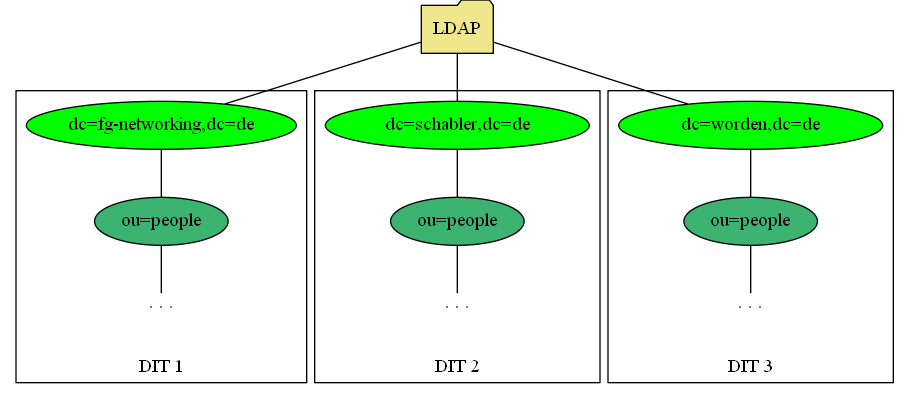
The Graphviz diagram Presentation LDAP-RADIUS/Bilder/LDAP-fgn-planned.png in Gabelvampir/ty-stuff, before a commit. Its source is kept beside it as Presentation LDAP-RADIUS/Bilder/LDAP-fgn-planned.dot.
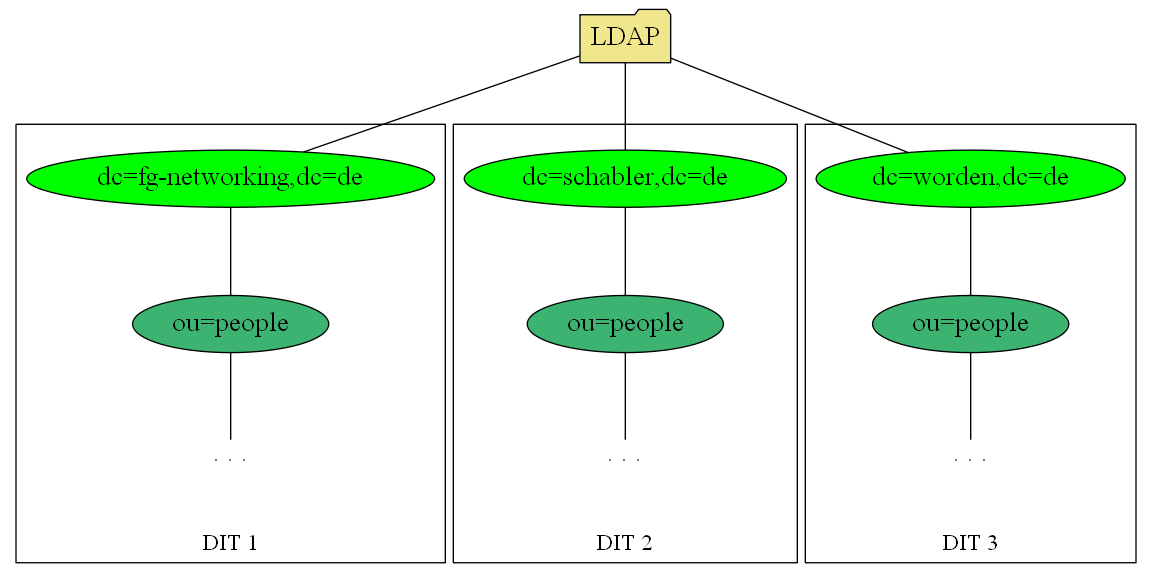
Above is the later version.

Commit message:
fine tunig of planned LDAP tree graphic

What changed in the source:
```diff
@@ -1,24 +1,31 @@
 graph G {
+node [
+  fontsize=20
+];
+
   compbound=true;
   subgraph cluster_fgn{
-  fgn [label="dc=fg-networking,dc=de", style="filled", fillcolor="green", width=2.75];
+  fgn [label="dc=fg-networking,dc=de", style="filled", fillcolor="green", width=3];
   people1 [label="ou=people", style="filled", fillcolor="mediumseagreen"];
   fgnpe [label=". . .", labelloc="t", shape="plaintext"];
   label="DIT 1";
+  fontsize=17;
   labelloc=b;
 }
   subgraph cluster_schabler{
-  schabler [label="dc=schabler,dc=de", style="filled", fillcolor="green", width=2.75];
+  schabler [label="dc=schabler,dc=de", style="filled", fillcolor="green", width=3];
   people2 [label="ou=people", style="filled", fillcolor="mediumseagreen"];
   schabpe [label=". . .", labelloc="t", shape="plaintext"];
   label="DIT 2";
+  fontsize=17;
   labelloc=b;
 }
   subgraph cluster_worden{
-  worden [label="dc=worden,dc=de", style="filled", fillcolor="green", width=2.75];
+  worden [label="dc=worden,dc=de", style="filled", fillcolor="green", width=3];
   people3 [label="ou=people", style="filled", fillcolor="mediumseagreen"];
   wordpe [label=". . .", labelloc="t", shape="plaintext"];
   label="DIT 3";
+  fontsize=17;
   labelloc=b;
 }
   root [label="LDAP", shape=folder, style="filled", fillcolor="khaki"];
@@ -30,4 +37,5 @@
   worden -- people3 -- wordpe;
   margin=0; //margins around graphic and subgraphs
   nodesep=0.3; //minimal distance between nodes and subgraphs
+  ratio="0.5";
   }
```
